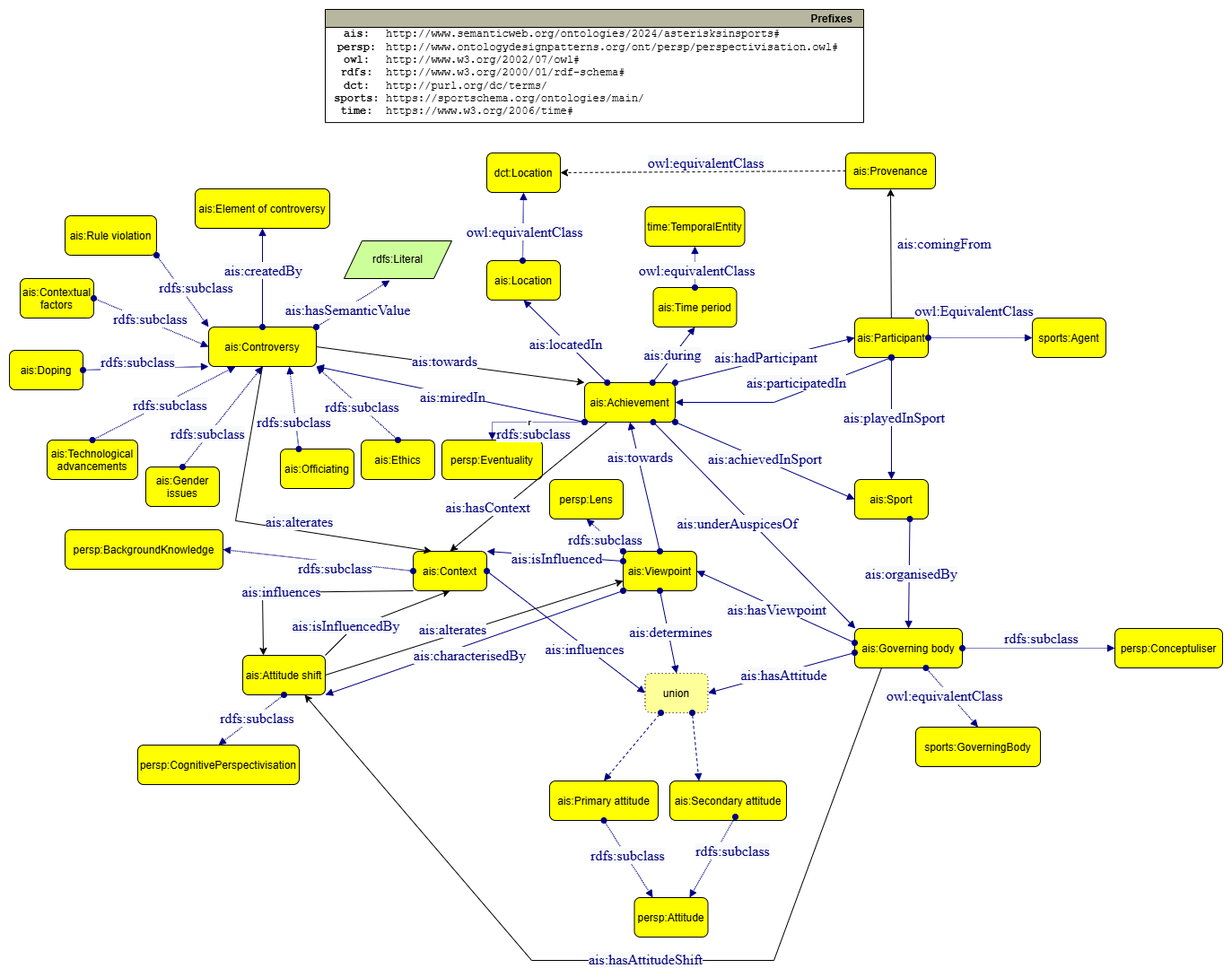
The draw.io diagram img/ontologydiagram2.drawio.png in krzywonos/asterisks-in-sports, before a commit. Source tidied: cells renumbered, new cells last; positions are measured from the earlier drawing's top-left corner, leaving out a move shared by most shapes.
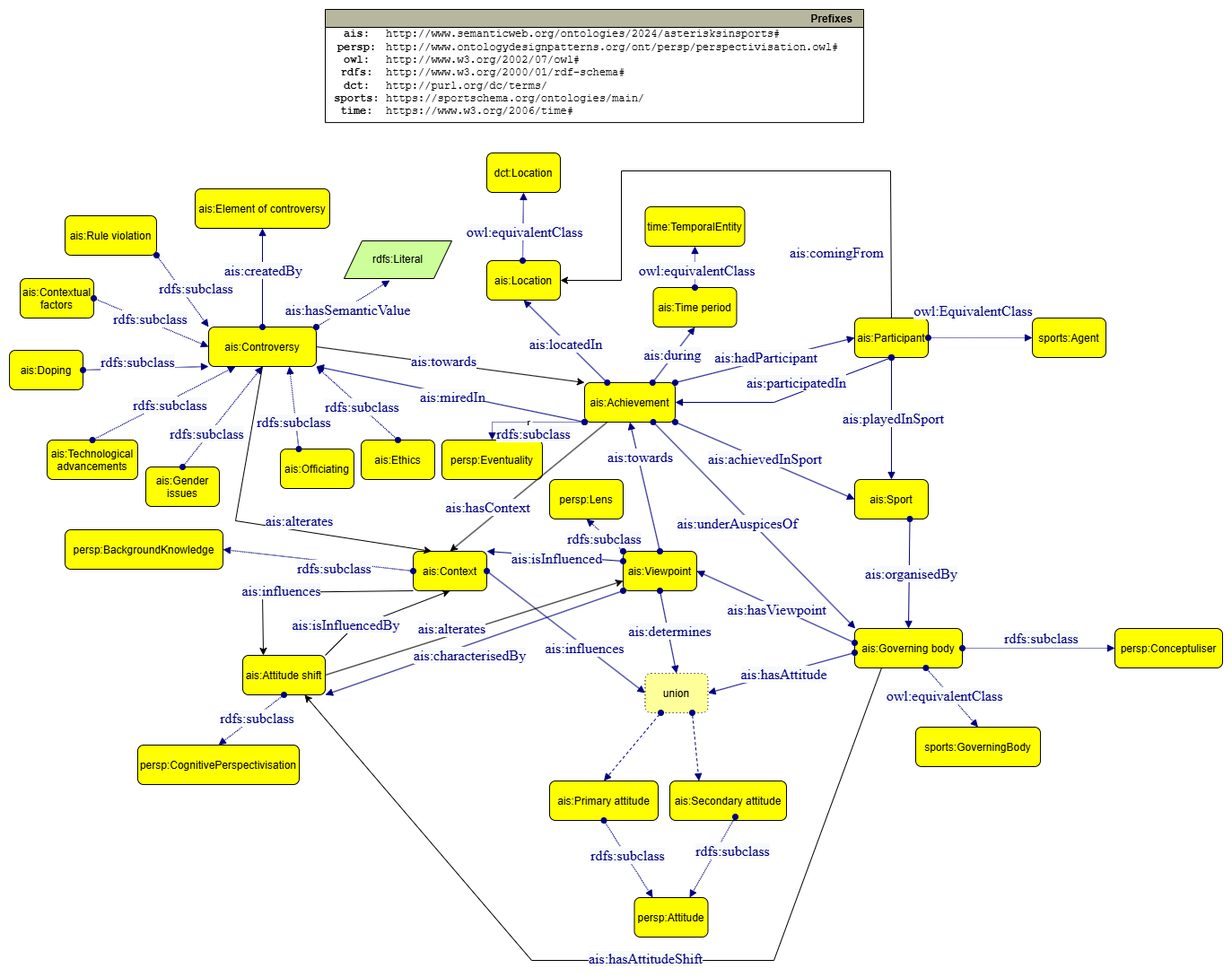
After the change.

Commit message:
removed Provenance and its references as it was doubling Location

What changed in the source:
```diff
@@ -153,14 +153,9 @@
     </mxCell>
     <mxCell id="44" value="&lt;span style=&quot;color: rgb(0, 0, 128); font-family: dialog; font-size: 16px;&quot;&gt;ais:comingFrom&lt;/span&gt;" style="text;html=1;align=center;verticalAlign=middle;labelBackgroundColor=default;backgroundOutline=1;labelBorderColor=none;" parent="42" vertex="1">
       <mxGeometry x="-0.14" y="-3" relative="1" as="geometry">
-        <mxPoint x="275" y="-30" as="offset" />
+        <mxPoint x="155" y="-20" as="offset" />
       </mxGeometry>
     </mxCell>
-    <mxCell id="45" value="&lt;span style=&quot;color: rgb(0 , 0 , 128) ; font-family: &amp;#34;dialog&amp;#34; ; font-size: 16px ; background-color: rgb(248 , 249 , 250)&quot;&gt;owl:equivalentClass&lt;/span&gt;" style="text;html=1;align=center;verticalAlign=middle;labelBackgroundColor=#ffffff;" parent="42" vertex="1">
-      <mxGeometry x="-0.14" y="-3" relative="1" as="geometry">
-        <mxPoint x="9" y="-120" as="offset" />
-      </mxGeometry>
-    </mxCell>
     <mxCell id="46" style="graphMlID=e0;rounded=0;endArrow=block;strokeColor=#000080;strokeWidth=1.0;startArrow=oval;startFill=1;endFill=1;entryX=0.5;entryY=1;entryDx=0;entryDy=0;exitX=0.75;exitY=0;exitDx=0;exitDy=0;" parent="1" edge="1" source="3" target="9">
       <mxGeometry relative="1" as="geometry" />
     </mxCell>
@@ -479,14 +474,14 @@
     <mxCell id="126" value="&lt;font color=&quot;#000080&quot; face=&quot;dialog&quot;&gt;&lt;span style=&quot;font-size: 16px; background-color: rgb(248, 249, 250);&quot;&gt;ais:influences&lt;/span&gt;&lt;/font&gt;" style="text;html=1;align=center;verticalAlign=middle;labelBackgroundColor=#ffffff;" parent="1" vertex="1">
       <mxGeometry x="302" y="648" as="geometry" />
     </mxCell>
-    <mxCell id="127" style="endArrow=classic;html=1;rounded=0;entryX=0.5;entryY=1;entryDx=0;entryDy=0;" parent="1" edge="1" source="12" target="128">
-      <mxGeometry relative="1" as="geometry" />
+    <mxCell id="127" style="endArrow=classic;html=1;rounded=0;entryX=1;entryY=0.5;entryDx=0;entryDy=0;exitX=0.5;exitY=0;exitDx=0;exitDy=0;" parent="1" edge="1" source="12" target="7">
+      <mxGeometry relative="1" as="geometry">
+        <Array as="points">
+          <mxPoint x="982" y="180" />
+          <mxPoint x="682" y="180" />
+          <mxPoint x="682" y="302" />
+        </Array>
+      </mxGeometry>
     </mxCell>
-    <mxCell id="128" value="ais:Provenance" style="graphMlID=n4;shape=rect;rounded=1;arcsize=30;fillColor=#ffff00;strokeColor=#000000;strokeWidth=1.0;" parent="1" vertex="1">
-      <mxGeometry x="932" y="160" width="100" height="40" as="geometry" />
-    </mxCell>
-    <mxCell id="129" style="endArrow=classic;html=1;rounded=0;exitX=0;exitY=0.5;exitDx=0;exitDy=0;entryX=1;entryY=0.5;entryDx=0;entryDy=0;dashed=1;" parent="1" edge="1" source="128" target="15">
-      <mxGeometry relative="1" as="geometry" />
-    </mxCell>
   </root>
 </mxGraphModel>
```
